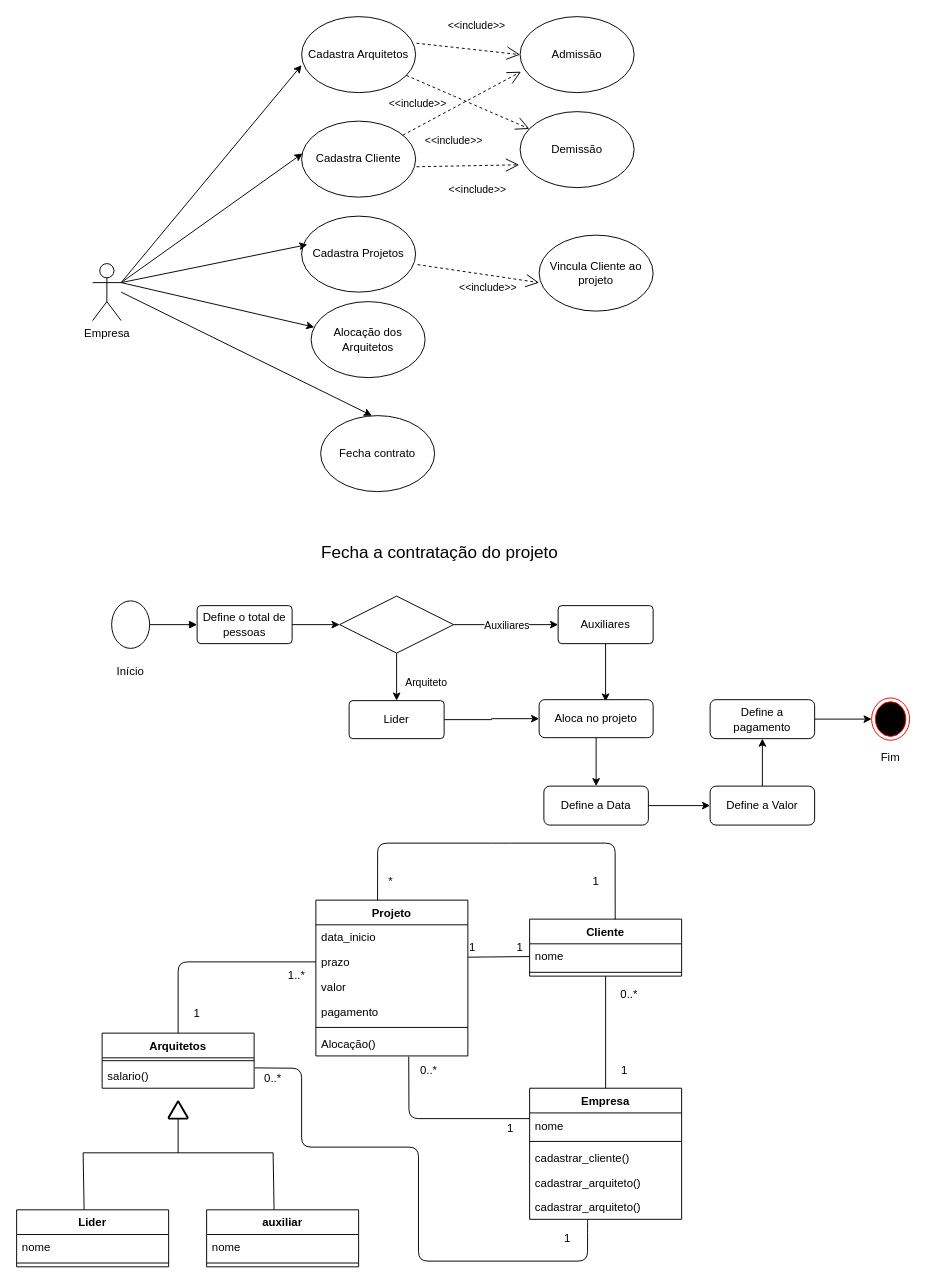
The draw.io diagram Untitled Diagram.drawio in EdneiFNeto/UML, before the edit. Source tidied: cells renumbered, new cells numbered last; positions are measured from the earlier drawing's top-left corner, leaving out a move shared by most shapes. Both pictures are drawn from the tidied source at 95%, with x=0, y=0 at pixel (16, 16).
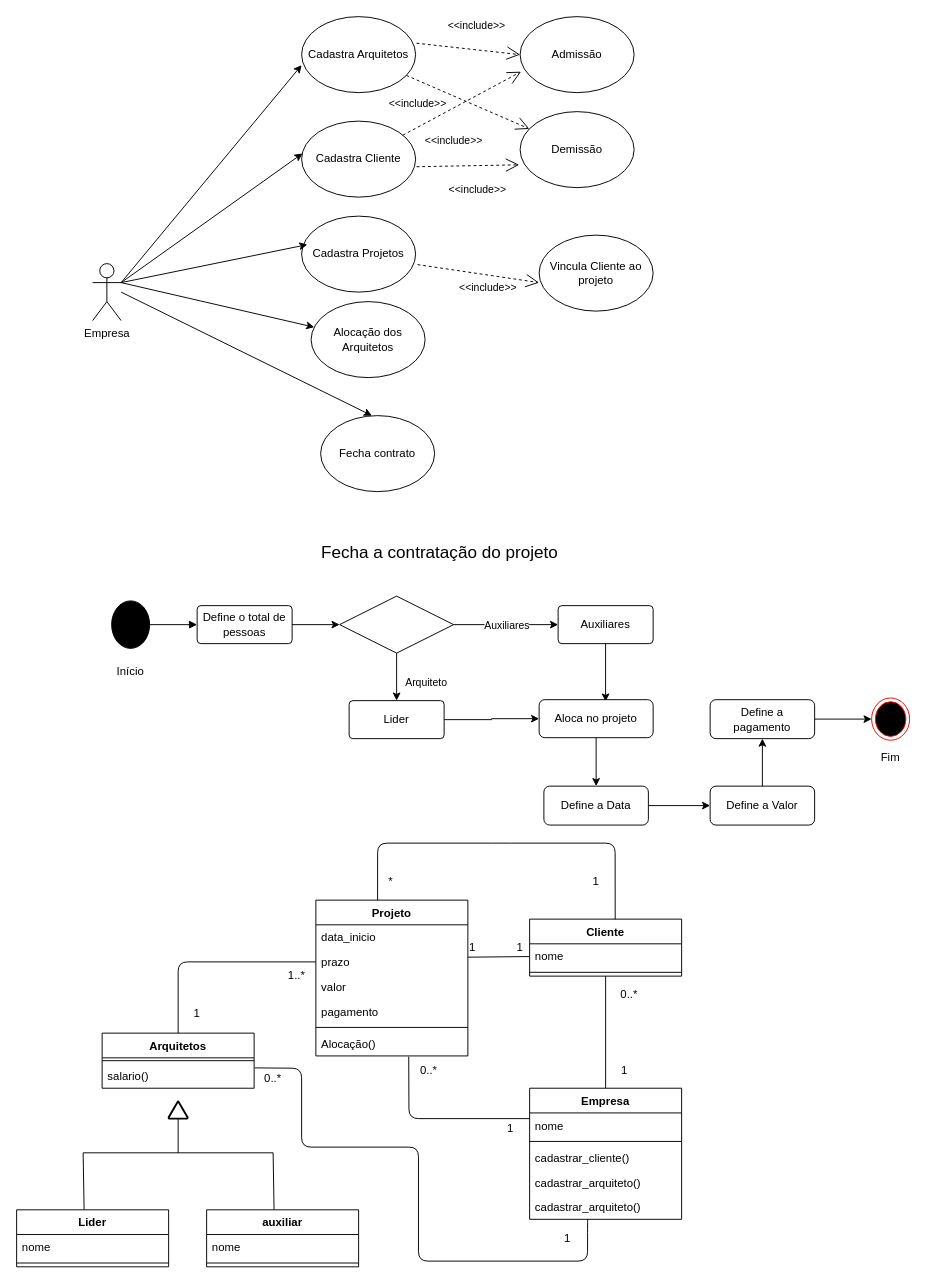
The same page after the edit.

Commit message:
change color diagrama

Diff of the diagram source:
```diff
@@
-    <mxCell id="21" style="shape=mxgraph.bpmn.shape;html=1;verticalLabelPosition=bottom;labelBackgroundColor=#ffffff;verticalAlign=top;align=center;perimeter=ellipsePerimeter;outlineConnect=0;outline=standard;symbol=general;" parent="1" vertex="1">
+    <mxCell id="21" style="shape=mxgraph.bpmn.shape;html=1;verticalLabelPosition=bottom;labelBackgroundColor=#000;verticalAlign=top;align=center;perimeter=ellipsePerimeter;outlineConnect=0;outline=standard;symbol=general;strokeColor=#000;fillColor=#000000;" parent="1" vertex="1">
       <mxGeometry x="100" y="615" width="40" height="50" as="geometry" />
     </mxCell>
```
